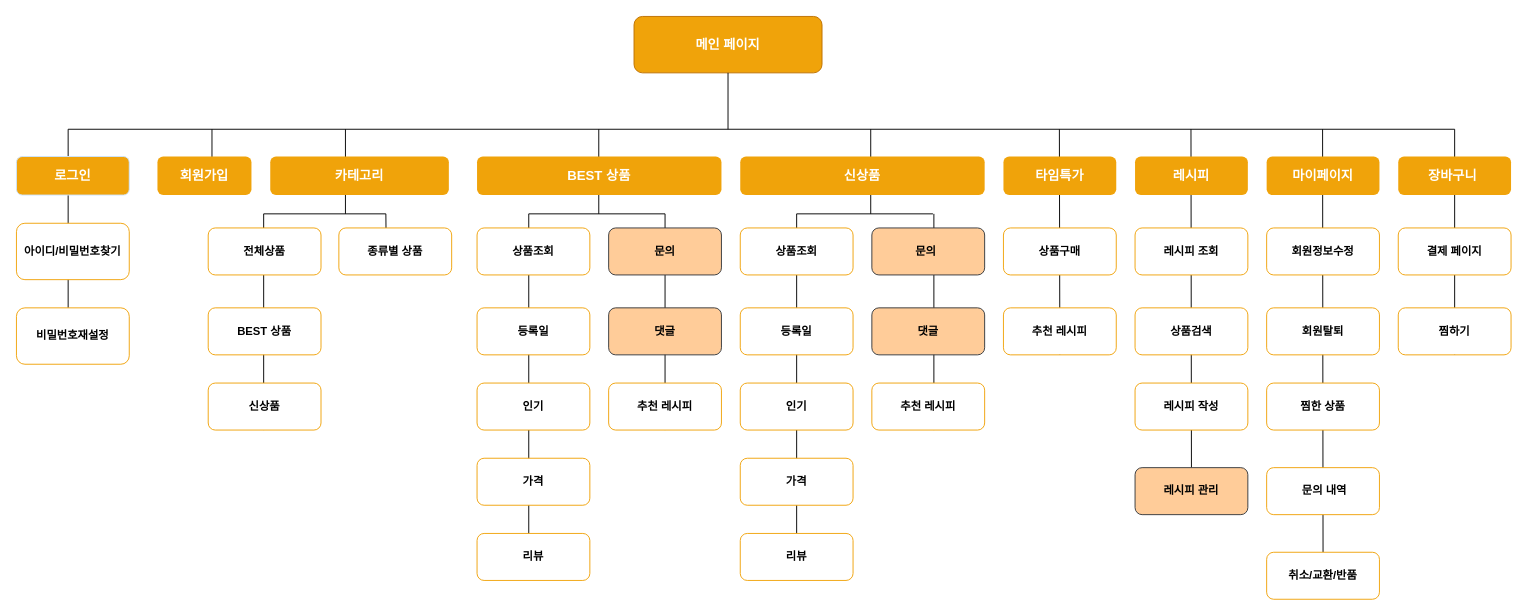
This is Flowchart.drawio from wjdwodhs/Flowchart, a draw.io file, before an edit. Source tidied: cells renumbered, new cells numbered last; positions are measured from the earlier drawing's top-left corner, leaving out a move shared by most shapes. Both pictures are drawn from the tidied source at 94%, with x=0, y=0 at pixel (16, 16).
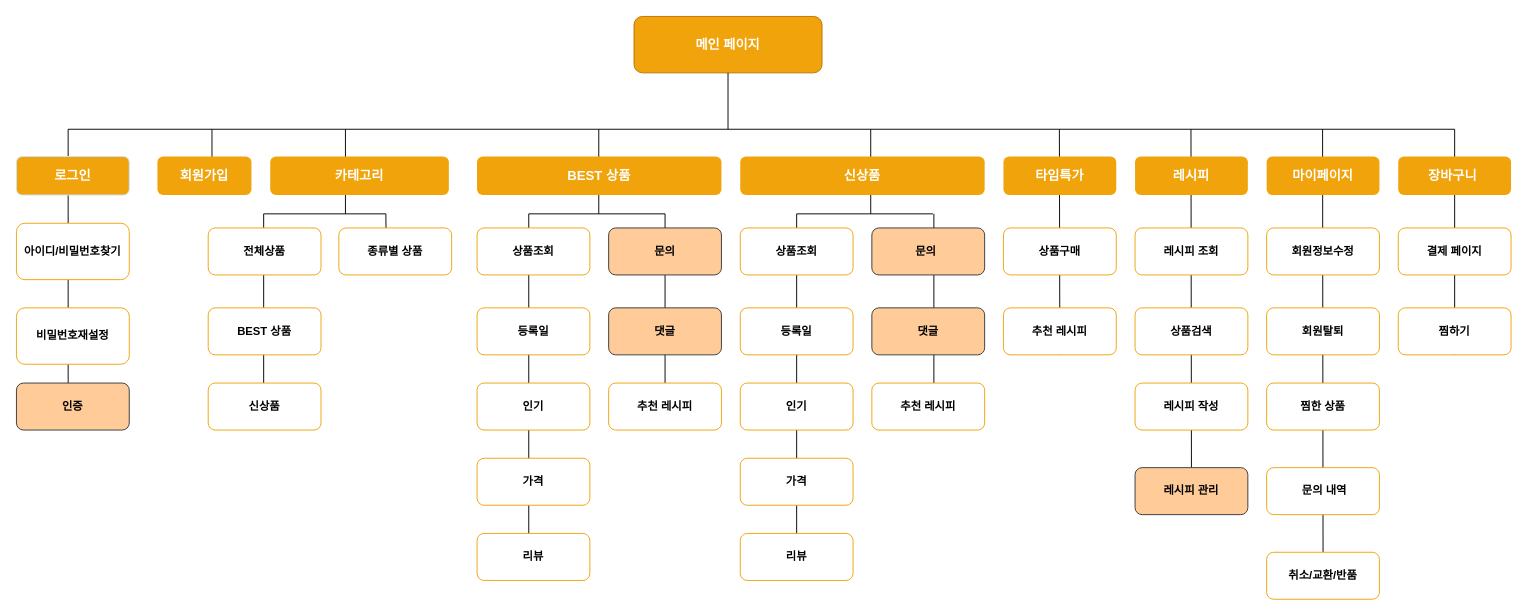
Above is the later version.

Diff of the diagram source:
```diff
@@
     <mxCell id="5" style="endArrow=none;html=1;rounded=0;" parent="1" edge="1">
       <mxGeometry relative="1" as="geometry">
-        <mxPoint x="55" y="360" as="sourcePoint" />
+        <mxPoint x="55" y="400" as="sourcePoint" />
         <mxPoint x="55" y="120" as="targetPoint" />
       </mxGeometry>
     </mxCell>
@@
+    <mxCell id="67" value="&lt;b&gt;인증&lt;/b&gt;" style="rounded=1;whiteSpace=wrap;html=1;strokeColor=#36393d;fillColor=#ffcc99;" parent="1" vertex="1">
+      <mxGeometry y="390" width="120" height="50" as="geometry" />
+    </mxCell>
```
